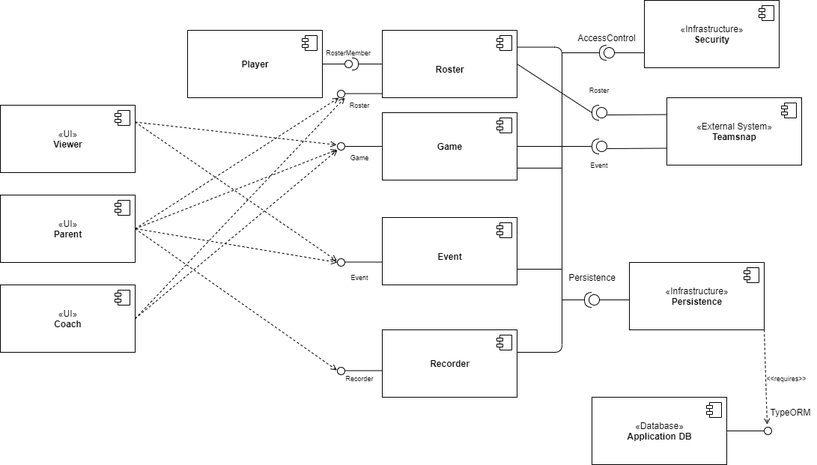
The draw.io diagram docs/docs/images/design/componentDiagram/component-diagram.png in TaylorZowtuk/measure-what-matters, before a commit. Source tidied: cells renumbered, new cells last; positions are measured from the earlier drawing's top-left corner, leaving out a move shared by most shapes.
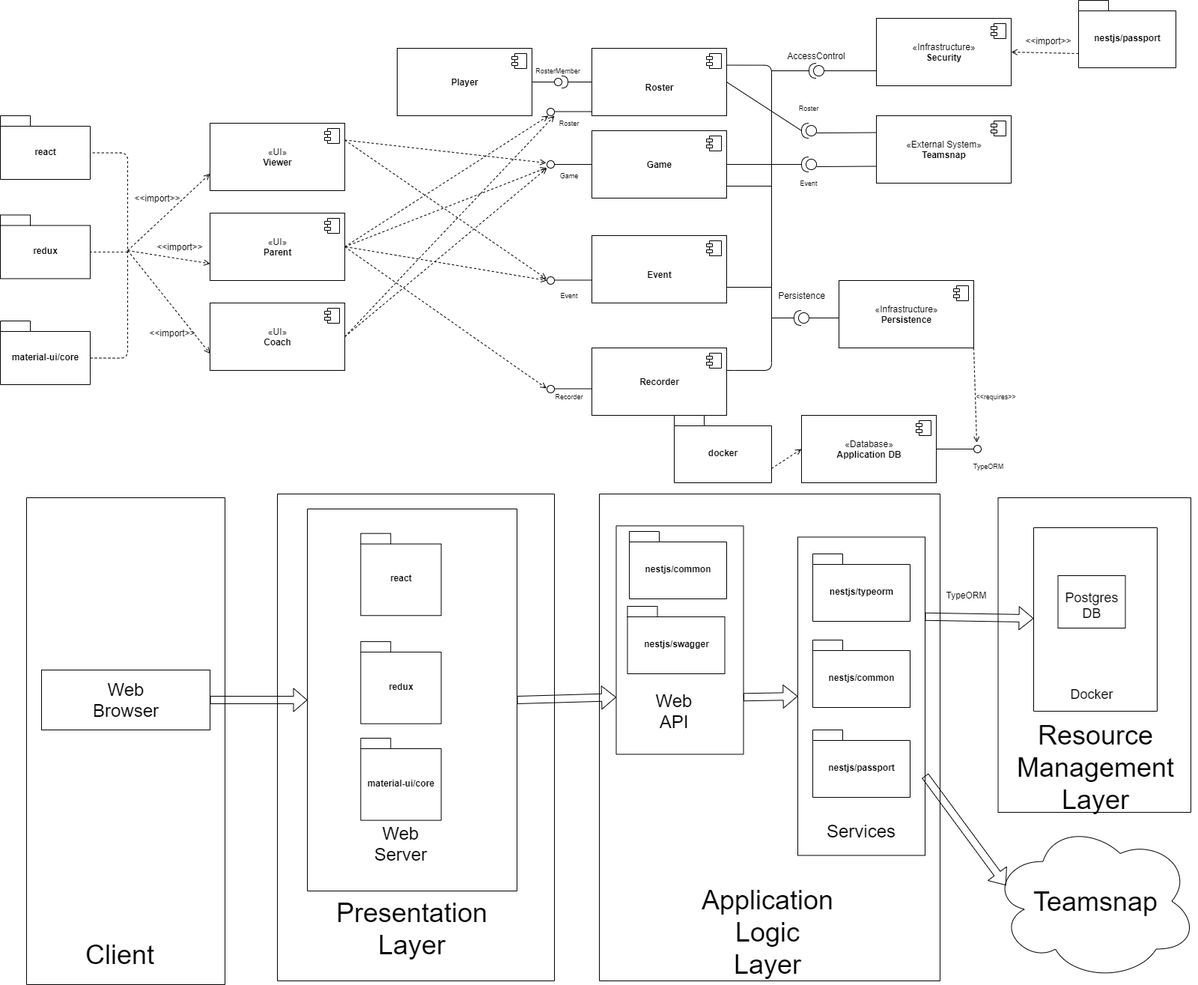
The same diagram one commit later.

Commit message:
Updated component diagram to incl arch diagram

Change to the diagram source:
```diff
@@ -235,9 +235,6 @@
     <mxCell id="61" value="&lt;span style=&quot;font-size: 12px&quot;&gt;Persistence&lt;/span&gt;" style="text;html=1;align=center;verticalAlign=middle;fontSize=9;" parent="1" vertex="1">
       <mxGeometry x="750" y="360" width="80" height="20" as="geometry" />
     </mxCell>
-    <mxCell id="62" value="TypeORM" style="text;html=1;align=center;verticalAlign=middle;" parent="1" vertex="1">
-      <mxGeometry x="1020" y="540" width="70" height="20" as="geometry" />
-    </mxCell>
     <mxCell id="63" style="shape=providedRequiredInterface;html=1;verticalLabelPosition=bottom;rotation=-180;" parent="1" vertex="1">
       <mxGeometry x="780" y="390" width="20" height="20" as="geometry" />
     </mxCell>
@@ -254,7 +251,7 @@
       <mxGeometry x="690" y="355" width="60" height="8" as="geometry" />
     </mxCell>
     <mxCell id="68" value="«Infrastructure»&lt;br&gt;&lt;b&gt;Security&lt;/b&gt;" style="html=1;" parent="1" vertex="1">
-      <mxGeometry x="860" width="180" height="90" as="geometry" />
+      <mxGeometry x="890" width="180" height="90" as="geometry" />
     </mxCell>
     <mxCell id="69" style="shape=component;jettyWidth=8;jettyHeight=4;" parent="68" vertex="1">
       <mxGeometry x="1" width="20" height="20" relative="1" as="geometry">
@@ -265,7 +262,7 @@
       <mxGeometry x="800" y="60" width="20" height="20" as="geometry" />
     </mxCell>
     <mxCell id="71" style="line;strokeWidth=1;fillColor=none;align=left;verticalAlign=middle;spacingTop=-1;spacingLeft=3;spacingRight=3;labelPosition=right;" parent="1" vertex="1">
-      <mxGeometry x="820" y="66" width="40" height="8" as="geometry" />
+      <mxGeometry x="820" y="66" width="70" height="8" as="geometry" />
     </mxCell>
     <mxCell id="72" style="line;strokeWidth=1;fillColor=none;align=left;verticalAlign=middle;spacingTop=-1;spacingLeft=3;spacingRight=3;labelPosition=right;" parent="1" vertex="1">
       <mxGeometry x="750" y="66" width="50" height="8" as="geometry" />
@@ -273,5 +270,207 @@
     <mxCell id="73" value="AccessControl" style="text;html=1;strokeColor=none;fillColor=none;align=center;verticalAlign=middle;whiteSpace=wrap;rounded=0;" parent="1" vertex="1">
       <mxGeometry x="790" y="40" width="40" height="20" as="geometry" />
     </mxCell>
+    <mxCell id="74" value="react" style="shape=folder;fontStyle=1;spacingTop=10;tabWidth=40;tabHeight=14;tabPosition=left;html=1;" parent="1" vertex="1">
+      <mxGeometry x="-280" y="130" width="120" height="85" as="geometry" />
+    </mxCell>
+    <mxCell id="75" value="material-ui/core" style="shape=folder;fontStyle=1;spacingTop=10;tabWidth=40;tabHeight=14;tabPosition=left;html=1;" parent="1" vertex="1">
+      <mxGeometry x="-280" y="404" width="120" height="85" as="geometry" />
+    </mxCell>
+    <mxCell id="76" style="endArrow=open;html=1;dashed=1;entryX=0;entryY=0.75;entryDx=0;entryDy=0;endFill=0;" parent="1" edge="1" target="16">
+      <mxGeometry relative="1" as="geometry">
+        <mxPoint x="-110" y="310" as="sourcePoint" />
+      </mxGeometry>
+    </mxCell>
+    <mxCell id="77" style="endArrow=open;html=1;dashed=1;entryX=0;entryY=0.75;entryDx=0;entryDy=0;endFill=0;" parent="1" edge="1" target="14">
+      <mxGeometry relative="1" as="geometry">
+        <mxPoint x="-110" y="310" as="sourcePoint" />
+      </mxGeometry>
+    </mxCell>
+    <mxCell id="78" style="endArrow=open;html=1;dashed=1;entryX=0;entryY=0.75;entryDx=0;entryDy=0;endFill=0;" parent="1" edge="1" target="12">
+      <mxGeometry relative="1" as="geometry">
+        <mxPoint x="-110" y="310" as="sourcePoint" />
+      </mxGeometry>
+    </mxCell>
+    <mxCell id="79" value="redux" style="shape=folder;fontStyle=1;spacingTop=10;tabWidth=40;tabHeight=14;tabPosition=left;html=1;" parent="1" vertex="1">
+      <mxGeometry x="-280" y="262.5" width="120" height="85" as="geometry" />
+    </mxCell>
+    <mxCell id="80" value="nestjs/passport" style="shape=folder;fontStyle=1;spacingTop=10;tabWidth=40;tabHeight=14;tabPosition=left;html=1;" parent="1" vertex="1">
+      <mxGeometry x="1160" y="-24" width="130" height="90" as="geometry" />
+    </mxCell>
+    <mxCell id="81" style="endArrow=open;html=1;fontSize=9;exitX=0;exitY=0;exitDx=0;exitDy=71;entryX=1;entryY=0.5;entryDx=0;entryDy=0;dashed=1;endFill=0;exitPerimeter=0;" parent="1" edge="1" source="80" target="68">
+      <mxGeometry relative="1" as="geometry" />
+    </mxCell>
+    <mxCell id="82" style="endArrow=none;html=1;dashed=1;edgeStyle=orthogonalEdgeStyle;entryX=0;entryY=0;entryDx=120;entryDy=49.5;entryPerimeter=0;exitX=0;exitY=0;exitDx=120;exitDy=49.5;exitPerimeter=0;" parent="1" edge="1" source="75" target="74">
+      <mxGeometry relative="1" as="geometry">
+        <Array as="points">
+          <mxPoint x="-110" y="454" />
+          <mxPoint x="-110" y="180" />
+        </Array>
+      </mxGeometry>
+    </mxCell>
+    <mxCell id="83" style="endArrow=none;html=1;dashed=1;entryX=0;entryY=0;entryDx=120;entryDy=49.5;entryPerimeter=0;" parent="1" edge="1" target="79">
+      <mxGeometry relative="1" as="geometry">
+        <mxPoint x="-110" y="312" as="sourcePoint" />
+      </mxGeometry>
+    </mxCell>
+    <mxCell id="84" value="&amp;lt;&amp;lt;import&amp;gt;&amp;gt;" style="text;html=1;strokeColor=none;fillColor=none;align=center;verticalAlign=middle;whiteSpace=wrap;rounded=0;" parent="1" vertex="1">
+      <mxGeometry x="-90" y="230" width="40" height="20" as="geometry" />
+    </mxCell>
+    <mxCell id="85" value="&amp;lt;&amp;lt;import&amp;gt;&amp;gt;" style="text;html=1;strokeColor=none;fillColor=none;align=center;verticalAlign=middle;whiteSpace=wrap;rounded=0;" parent="1" vertex="1">
+      <mxGeometry x="-60" y="295" width="40" height="20" as="geometry" />
+    </mxCell>
+    <mxCell id="86" value="&amp;lt;&amp;lt;import&amp;gt;&amp;gt;" style="text;html=1;strokeColor=none;fillColor=none;align=center;verticalAlign=middle;whiteSpace=wrap;rounded=0;" parent="1" vertex="1">
+      <mxGeometry x="-70" y="410" width="40" height="20" as="geometry" />
+    </mxCell>
+    <mxCell id="87" value="&amp;lt;&amp;lt;import&amp;gt;&amp;gt;" style="text;html=1;strokeColor=none;fillColor=none;align=center;verticalAlign=middle;whiteSpace=wrap;rounded=0;" parent="1" vertex="1">
+      <mxGeometry x="1100" y="20" width="40" height="20" as="geometry" />
+    </mxCell>
+    <mxCell id="88" value="TypeORM" style="text;html=1;strokeColor=none;fillColor=none;align=center;verticalAlign=middle;whiteSpace=wrap;rounded=0;fontSize=9;" parent="1" vertex="1">
+      <mxGeometry x="1010" y="580" width="60" height="35" as="geometry" />
+    </mxCell>
+    <mxCell id="89" style="rounded=0;whiteSpace=wrap;html=1;rotation=-90;" parent="1" vertex="1">
+      <mxGeometry x="-437.5" y="832.5" width="650" height="265" as="geometry" />
+    </mxCell>
+    <mxCell id="90" value="&lt;font style=&quot;font-size: 36px&quot;&gt;Client&lt;/font&gt;" style="text;html=1;strokeColor=none;fillColor=none;align=center;verticalAlign=middle;whiteSpace=wrap;rounded=0;" parent="1" vertex="1">
+      <mxGeometry x="-140" y="1240" width="40" height="20" as="geometry" />
+    </mxCell>
+    <mxCell id="91" style="group;" parent="1" vertex="1">
+      <mxGeometry x="-225" y="870" width="225" height="80" as="geometry" />
+    </mxCell>
+    <mxCell id="92" style="rounded=0;whiteSpace=wrap;html=1;" parent="91" vertex="1">
+      <mxGeometry width="225" height="80" as="geometry" />
+    </mxCell>
+    <mxCell id="93" value="&lt;font style=&quot;font-size: 24px&quot;&gt;Web Browser&lt;/font&gt;" style="text;html=1;strokeColor=none;fillColor=none;align=center;verticalAlign=middle;whiteSpace=wrap;rounded=0;" parent="91" vertex="1">
+      <mxGeometry x="92.5" y="30" width="40" height="20" as="geometry" />
+    </mxCell>
+    <mxCell id="94" style="group;" parent="1" vertex="1">
+      <mxGeometry x="90" y="635" width="370" height="650" as="geometry" />
+    </mxCell>
+    <mxCell id="95" style="rounded=0;whiteSpace=wrap;html=1;rotation=-90;" parent="94" vertex="1">
+      <mxGeometry x="-140" y="140" width="650" height="370" as="geometry" />
+    </mxCell>
+    <mxCell id="96" style="group;" parent="94" vertex="1">
+      <mxGeometry x="25" y="20" width="295" height="595" as="geometry" />
+    </mxCell>
+    <mxCell id="97" style="group;" parent="96" vertex="1">
+      <mxGeometry width="295" height="595" as="geometry" />
+    </mxCell>
+    <mxCell id="98" style="group;" parent="97" vertex="1">
+      <mxGeometry x="15" width="280" height="595" as="geometry" />
+    </mxCell>
+    <mxCell id="99" style="rounded=0;whiteSpace=wrap;html=1;rotation=-90;" parent="98" vertex="1">
+      <mxGeometry x="-115" y="115" width="510" height="280" as="geometry" />
+    </mxCell>
+    <mxCell id="100" value="&lt;span style=&quot;font-size: 36px&quot;&gt;Presentation Layer&lt;/span&gt;" style="text;html=1;strokeColor=none;fillColor=none;align=center;verticalAlign=middle;whiteSpace=wrap;rounded=0;" parent="98" vertex="1">
+      <mxGeometry x="45" y="525" width="190" height="70" as="geometry" />
+    </mxCell>
+    <mxCell id="101" style="group;" parent="97" vertex="1">
+      <mxGeometry width="280" height="510" as="geometry" />
+    </mxCell>
+    <mxCell id="102" style="group;" parent="101" vertex="1">
+      <mxGeometry x="86.3" y="32.7" width="107.4" height="444.7" as="geometry" />
+    </mxCell>
+    <mxCell id="103" value="react" style="shape=folder;fontStyle=1;spacingTop=10;tabWidth=40;tabHeight=14;tabPosition=left;html=1;" parent="102" vertex="1">
+      <mxGeometry width="107.4" height="109.6" as="geometry" />
+    </mxCell>
+    <mxCell id="104" value="material-ui/core" style="shape=folder;fontStyle=1;spacingTop=10;tabWidth=40;tabHeight=14;tabPosition=left;html=1;" parent="102" vertex="1">
+      <mxGeometry y="273.4" width="107.4" height="109.6" as="geometry" />
+    </mxCell>
+    <mxCell id="105" value="redux" style="shape=folder;fontStyle=1;spacingTop=10;tabWidth=40;tabHeight=14;tabPosition=left;html=1;" parent="102" vertex="1">
+      <mxGeometry y="144.4" width="107.4" height="109.6" as="geometry" />
+    </mxCell>
+    <mxCell id="106" value="&lt;font style=&quot;font-size: 24px&quot;&gt;Web Server&lt;/font&gt;" style="text;html=1;strokeColor=none;fillColor=none;align=center;verticalAlign=middle;whiteSpace=wrap;rounded=0;" parent="102" vertex="1">
+      <mxGeometry x="35.8" y="383.9" width="35.8" height="60.8" as="geometry" />
+    </mxCell>
+    <mxCell id="107" style="rounded=0;jettySize=auto;html=1;exitX=1;exitY=0.5;exitDx=0;exitDy=0;shape=flexArrow;endWidth=20;endSize=5.66;entryX=0.5;entryY=0;entryDx=0;entryDy=0;" parent="1" edge="1" source="92" target="99">
+      <mxGeometry relative="1" as="geometry" />
+    </mxCell>
+    <mxCell id="108" style="group;" parent="1" vertex="1">
+      <mxGeometry x="520" y="635" width="455" height="650" as="geometry" />
+    </mxCell>
+    <mxCell id="109" style="rounded=0;whiteSpace=wrap;html=1;rotation=-90;" parent="108" vertex="1">
+      <mxGeometry x="-97.5" y="97.5" width="650" height="455" as="geometry" />
+    </mxCell>
+    <mxCell id="110" value="&lt;font style=&quot;font-size: 36px&quot;&gt;Application Logic Layer&lt;/font&gt;" style="text;html=1;strokeColor=none;fillColor=none;align=center;verticalAlign=middle;whiteSpace=wrap;rounded=0;" parent="108" vertex="1">
+      <mxGeometry x="205" y="575" width="40" height="20" as="geometry" />
+    </mxCell>
+    <mxCell id="111" style="rounded=0;whiteSpace=wrap;html=1;rotation=-90;" parent="108" vertex="1">
+      <mxGeometry x="-45" y="110" width="305" height="170" as="geometry" />
+    </mxCell>
+    <mxCell id="112" value="nestjs/common" style="shape=folder;fontStyle=1;spacingTop=10;tabWidth=40;tabHeight=14;tabPosition=left;html=1;" parent="108" vertex="1">
+      <mxGeometry x="40" y="50" width="130" height="90" as="geometry" />
+    </mxCell>
+    <mxCell id="113" value="&lt;font style=&quot;font-size: 24px&quot;&gt;Web API&lt;/font&gt;" style="text;html=1;strokeColor=none;fillColor=none;align=center;verticalAlign=middle;whiteSpace=wrap;rounded=0;" parent="108" vertex="1">
+      <mxGeometry x="80" y="275" width="40" height="30" as="geometry" />
+    </mxCell>
+    <mxCell id="114" value="nestjs/swagger" style="shape=folder;fontStyle=1;spacingTop=10;tabWidth=40;tabHeight=14;tabPosition=left;html=1;" parent="108" vertex="1">
+      <mxGeometry x="37.5" y="150" width="130" height="90" as="geometry" />
+    </mxCell>
+    <mxCell id="115" style="rounded=0;whiteSpace=wrap;html=1;rotation=-90;" parent="108" vertex="1">
+      <mxGeometry x="137.5" y="185" width="425" height="170" as="geometry" />
+    </mxCell>
+    <mxCell id="116" style="edgeStyle=none;shape=flexArrow;rounded=0;jettySize=auto;html=1;exitX=0.25;exitY=1;exitDx=0;exitDy=0;entryX=0.5;entryY=0;entryDx=0;entryDy=0;" parent="108" edge="1" source="111" target="115">
+      <mxGeometry relative="1" as="geometry" />
+    </mxCell>
+    <mxCell id="117" value="&lt;font style=&quot;font-size: 24px&quot;&gt;Services&lt;/font&gt;" style="text;html=1;strokeColor=none;fillColor=none;align=center;verticalAlign=middle;whiteSpace=wrap;rounded=0;" parent="108" vertex="1">
+      <mxGeometry x="330" y="435" width="40" height="30" as="geometry" />
+    </mxCell>
+    <mxCell id="118" value="nestjs/common" style="shape=folder;fontStyle=1;spacingTop=10;tabWidth=40;tabHeight=14;tabPosition=left;html=1;" parent="108" vertex="1">
+      <mxGeometry x="285" y="195" width="130" height="90" as="geometry" />
+    </mxCell>
+    <mxCell id="119" value="nestjs/typeorm" style="shape=folder;fontStyle=1;spacingTop=10;tabWidth=40;tabHeight=14;tabPosition=left;html=1;" parent="108" vertex="1">
+      <mxGeometry x="285" y="80" width="130" height="90" as="geometry" />
+    </mxCell>
+    <mxCell id="120" value="nestjs/passport" style="shape=folder;fontStyle=1;spacingTop=10;tabWidth=40;tabHeight=14;tabPosition=left;html=1;" parent="108" vertex="1">
+      <mxGeometry x="285" y="315" width="130" height="90" as="geometry" />
+    </mxCell>
+    <mxCell id="121" style="edgeStyle=none;shape=flexArrow;rounded=0;jettySize=auto;html=1;exitX=0.5;exitY=1;exitDx=0;exitDy=0;entryX=0.25;entryY=0;entryDx=0;entryDy=0;" parent="1" edge="1" source="99" target="111">
+      <mxGeometry relative="1" as="geometry" />
+    </mxCell>
+    <mxCell id="122" style="rounded=0;whiteSpace=wrap;html=1;rotation=-90;" parent="1" vertex="1">
+      <mxGeometry x="971.2" y="721.2" width="420" height="257.5" as="geometry" />
+    </mxCell>
+    <mxCell id="123" value="&lt;font style=&quot;font-size: 36px&quot;&gt;Resource Management Layer&lt;/font&gt;" style="text;html=1;strokeColor=none;fillColor=none;align=center;verticalAlign=middle;whiteSpace=wrap;rounded=0;" parent="1" vertex="1">
+      <mxGeometry x="1162.5" y="990" width="40" height="20" as="geometry" />
+    </mxCell>
+    <mxCell id="124" style="group;" parent="1" vertex="1">
+      <mxGeometry x="1100" y="680" width="165" height="245" as="geometry" />
+    </mxCell>
+    <mxCell id="125" style="rounded=0;whiteSpace=wrap;html=1;rotation=-90;" parent="124" vertex="1">
+      <mxGeometry x="-40" y="40" width="245" height="165" as="geometry" />
+    </mxCell>
+    <mxCell id="126" style="group;" parent="124" vertex="1">
+      <mxGeometry x="32.5" y="64" width="90" height="70" as="geometry" />
+    </mxCell>
+    <mxCell id="127" style="rounded=0;whiteSpace=wrap;html=1;rotation=-90;" parent="126" vertex="1">
+      <mxGeometry x="10" y="-10" width="70" height="90" as="geometry" />
+    </mxCell>
+    <mxCell id="128" value="&lt;font style=&quot;font-size: 18px&quot;&gt;Postgres DB&lt;/font&gt;" style="text;html=1;strokeColor=none;fillColor=none;align=center;verticalAlign=middle;whiteSpace=wrap;rounded=0;" parent="126" vertex="1">
+      <mxGeometry x="25" y="30" width="40" height="20" as="geometry" />
+    </mxCell>
+    <mxCell id="129" value="&lt;font style=&quot;font-size: 18px&quot;&gt;Docker&lt;/font&gt;" style="text;html=1;strokeColor=none;fillColor=none;align=center;verticalAlign=middle;whiteSpace=wrap;rounded=0;" parent="124" vertex="1">
+      <mxGeometry x="57.5" y="212.5" width="40" height="20" as="geometry" />
+    </mxCell>
+    <mxCell id="130" style="edgeStyle=none;shape=flexArrow;rounded=0;jettySize=auto;html=1;exitX=0.75;exitY=1;exitDx=0;exitDy=0;" parent="1" edge="1" source="115" target="125">
+      <mxGeometry relative="1" as="geometry" />
+    </mxCell>
+    <mxCell id="62" value="TypeORM" style="text;html=1;align=center;verticalAlign=middle;" parent="1" vertex="1">
+      <mxGeometry x="975" y="760" width="70" height="20" as="geometry" />
+    </mxCell>
+    <mxCell id="131" value="docker" style="shape=folder;fontStyle=1;spacingTop=10;tabWidth=40;tabHeight=14;tabPosition=left;html=1;" parent="1" vertex="1">
+      <mxGeometry x="620" y="530" width="130" height="90" as="geometry" />
+    </mxCell>
+    <mxCell id="132" style="endArrow=open;html=1;fontSize=9;dashed=1;endFill=0;exitX=0;exitY=0;exitDx=130;exitDy=71;entryX=0;entryY=0.5;entryDx=0;entryDy=0;exitPerimeter=0;" parent="1" edge="1" source="131" target="4">
+      <mxGeometry relative="1" as="geometry" />
+    </mxCell>
+    <mxCell id="133" style="ellipse;shape=cloud;whiteSpace=wrap;html=1;" parent="1" vertex="1">
+      <mxGeometry x="1043.8" y="1072.5" width="275" height="212.5" as="geometry" />
+    </mxCell>
+    <mxCell id="134" value="&lt;font style=&quot;font-size: 36px&quot;&gt;Teamsnap&lt;/font&gt;" style="text;html=1;strokeColor=none;fillColor=none;align=center;verticalAlign=middle;whiteSpace=wrap;rounded=0;" parent="1" vertex="1">
+      <mxGeometry x="1162.5" y="1168.8" width="40" height="20" as="geometry" />
+    </mxCell>
+    <mxCell id="135" style="edgeStyle=none;rounded=0;jettySize=auto;html=1;exitX=0.25;exitY=1;exitDx=0;exitDy=0;entryX=0.07;entryY=0.4;entryDx=0;entryDy=0;entryPerimeter=0;shape=flexArrow;" parent="1" edge="1" source="115" target="133">
+      <mxGeometry relative="1" as="geometry" />
+    </mxCell>
   </root>
 </mxGraphModel>
```
